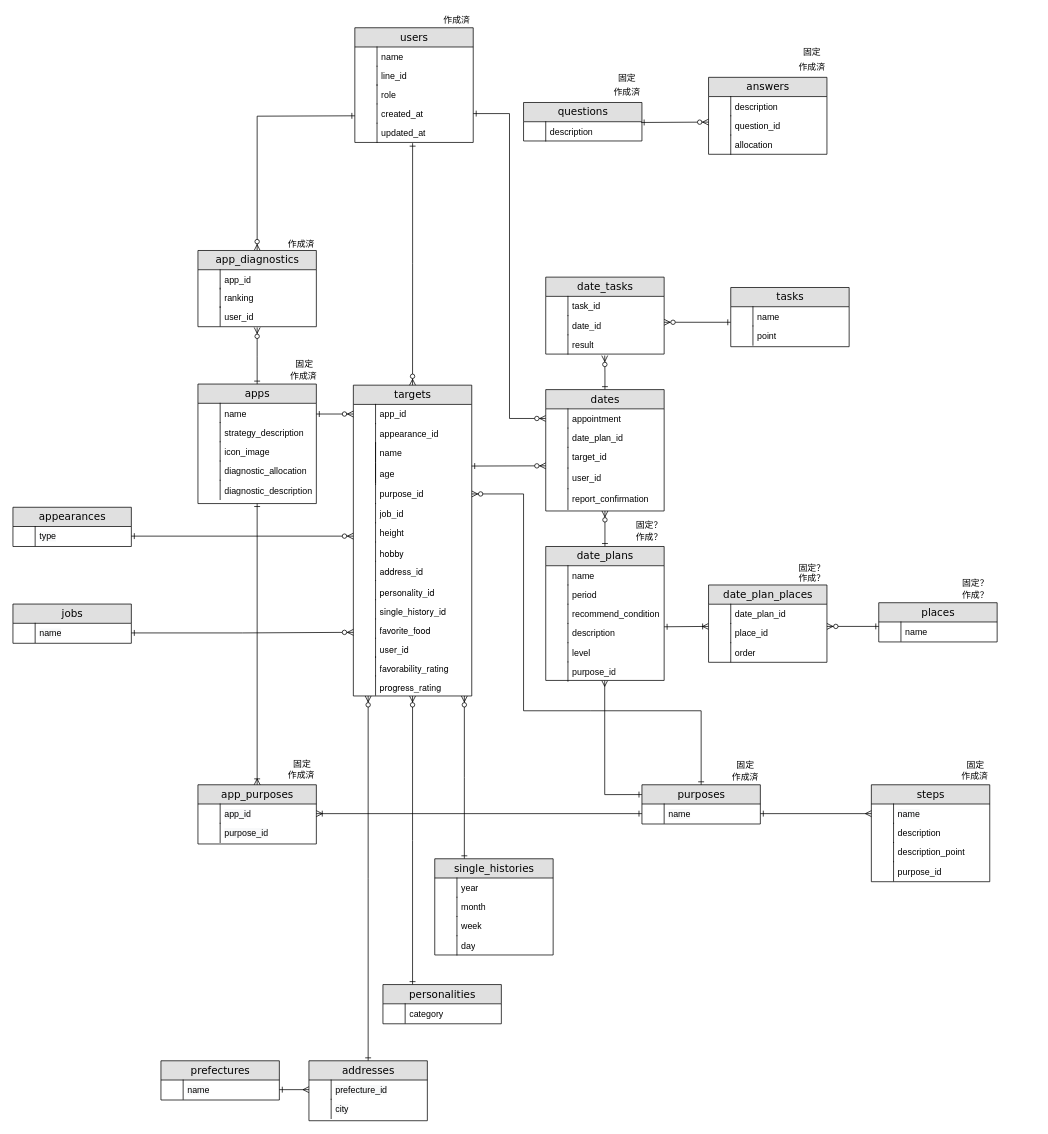
The draw.io diagram Untitled Diagram.drawio in kstar0102/ryuki0102, before the edit. Source tidied: cells renumbered, new cells numbered last; positions are measured from the earlier drawing's top-left corner, leaving out a move shared by most shapes. Both pictures are drawn from the tidied source at 74%, with x=0, y=0 at pixel (13, 13).
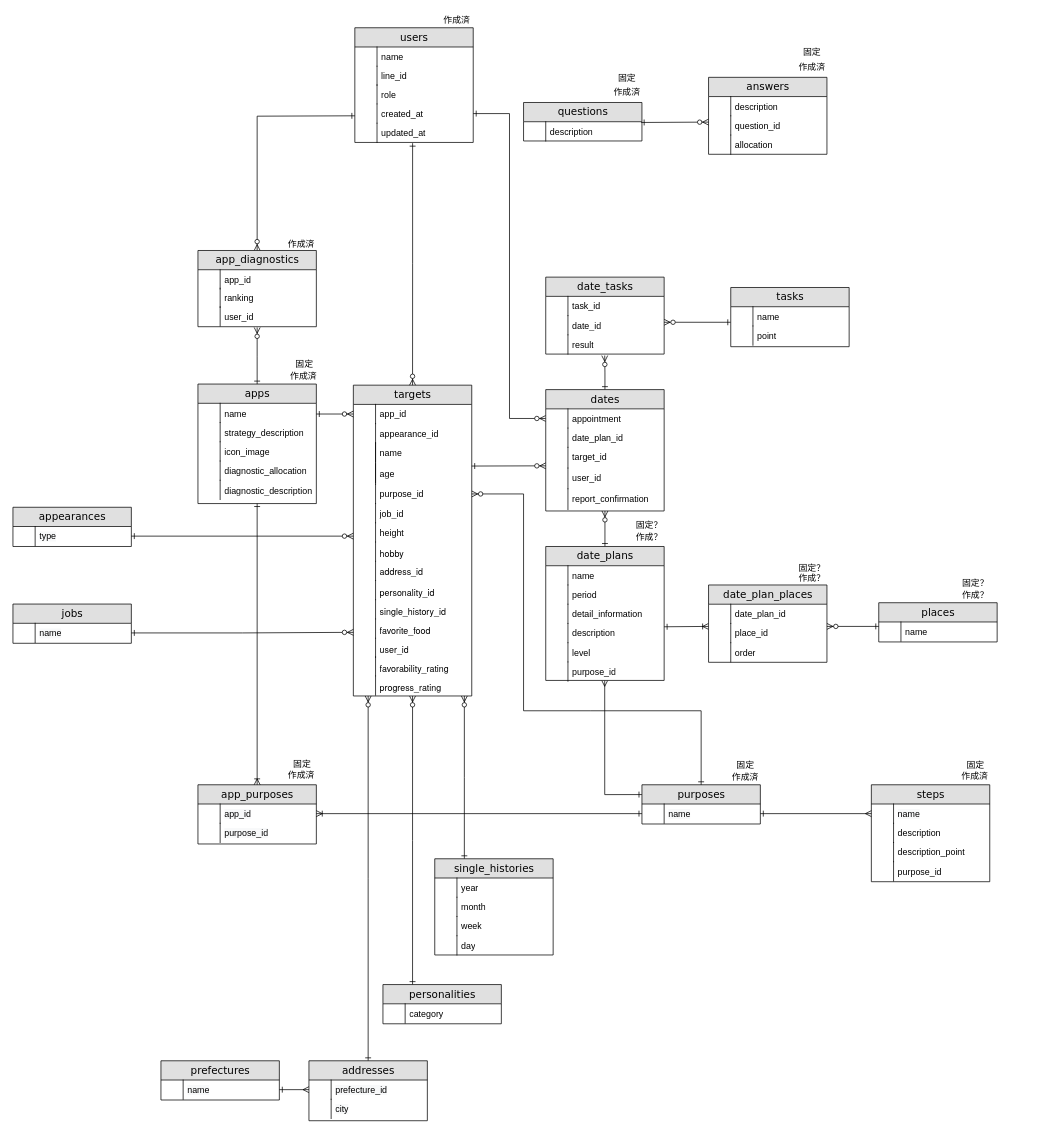
The same page after the edit.

The change refers to these unchanged cells:
```xml
<mxCell id="127" value="date_plans" style="swimlane;html=1;fontStyle=0;horizontal=1;startSize=26;fillColor=#e0e0e0;swimlaneFillColor=#ffffff;align=center;rounded=0;shadow=0;comic=0;labelBackgroundColor=none;strokeWidth=1;fontFamily=Verdana;fontSize=14;" parent="1" vertex="1">
  <mxGeometry x="720" y="721" width="160" height="181" as="geometry" />
</mxCell>
```

What changed in the source:
```diff
@@
-    <mxCell id="132" value="recommend_condition" style="shape=partialRectangle;top=0;left=0;right=0;bottom=0;html=1;align=left;verticalAlign=top;fillColor=none;spacingLeft=34;spacingRight=4;whiteSpace=wrap;overflow=hidden;" parent="127" vertex="1">
+    <mxCell id="132" value="detail_information" style="shape=partialRectangle;top=0;left=0;right=0;bottom=0;html=1;align=left;verticalAlign=top;fillColor=none;spacingLeft=34;spacingRight=4;whiteSpace=wrap;overflow=hidden;" parent="127" vertex="1">
       <mxGeometry y="78" width="160" height="26" as="geometry" />
     </mxCell>
```
